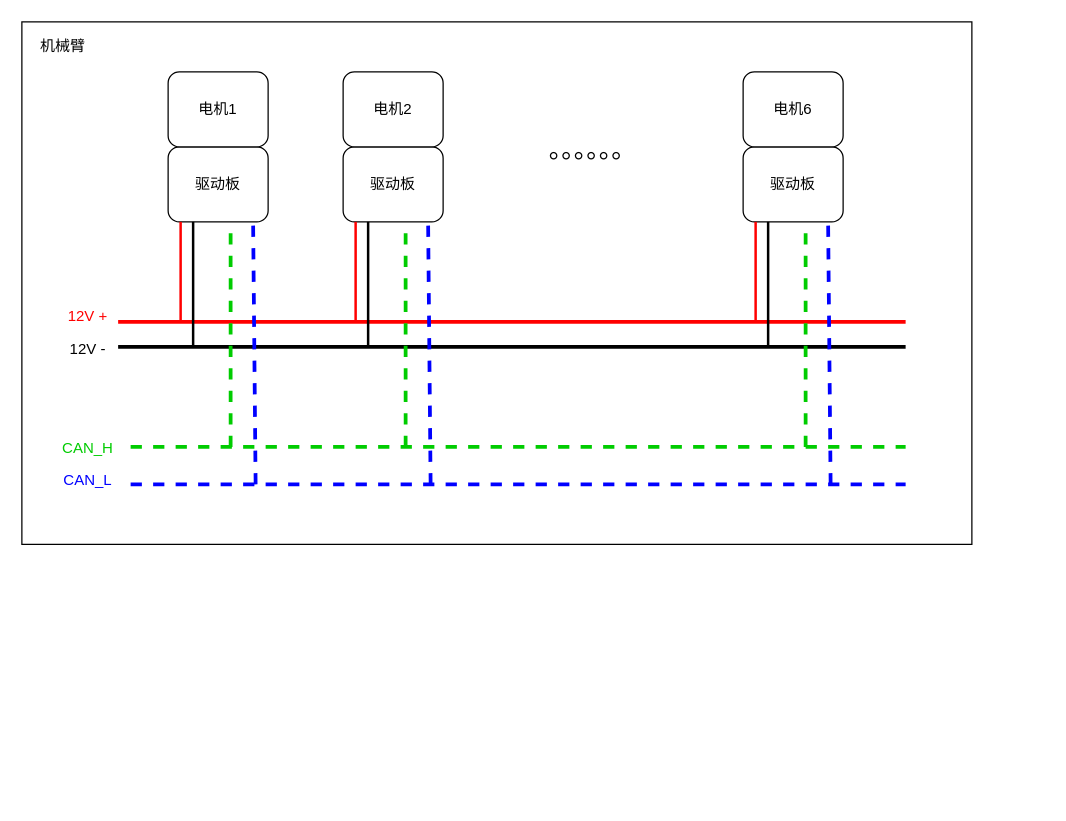
Earlier version of the draw.io diagram page "第 2 页" (2 of 2) of 未命名绘图.drawio (enpeizhao/drawio_disk). Source tidied: cells renumbered, new cells numbered last; positions are measured from the earlier drawing's top-left corner, leaving out a move shared by most shapes. Both pictures are drawn from the tidied source at 125%, with x=0, y=0 at pixel (21, 21).
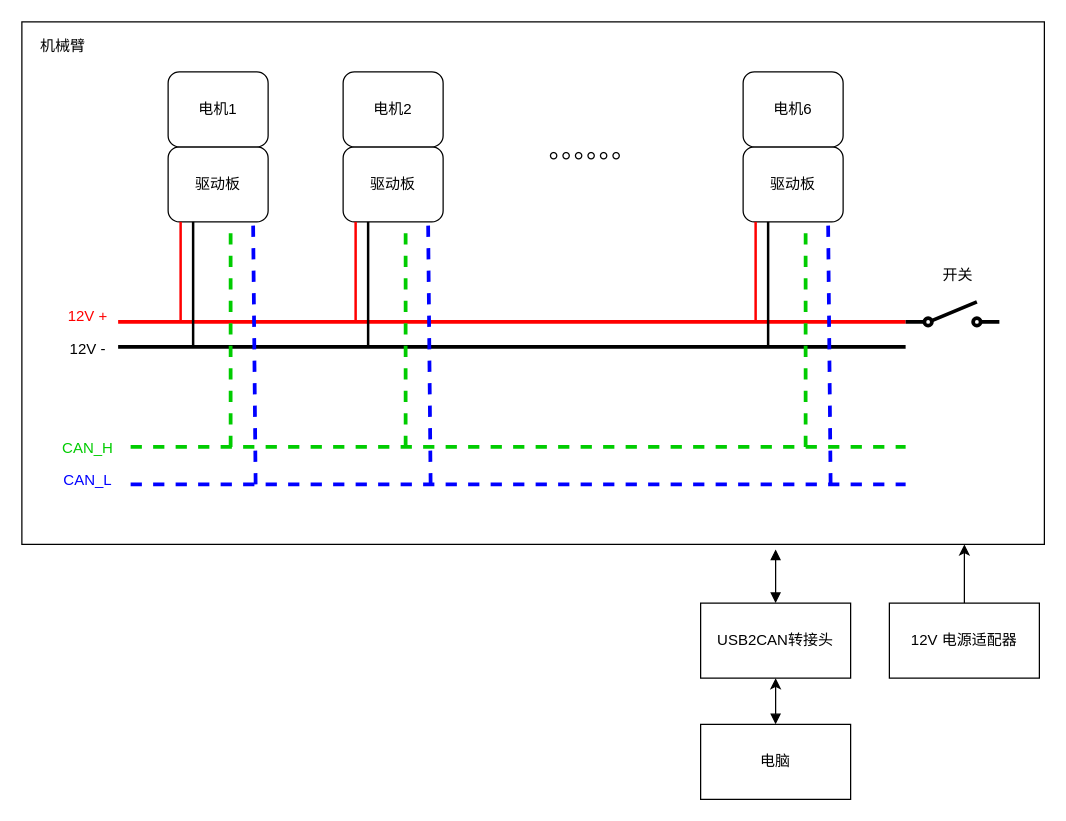
The same page after the edit.

Commit message:
更新未命名绘图.drawio

What changed in the source:
```diff
@@
+    <mxCell id="29" style="rounded=0;whiteSpace=wrap;html=1;fillColor=none;" parent="1" vertex="1">
+      <mxGeometry width="818" height="418" as="geometry" />
+    </mxCell>
@@
-    <mxCell id="29" style="rounded=0;whiteSpace=wrap;html=1;fillColor=none;" parent="1" vertex="1">
-      <mxGeometry width="760" height="418" as="geometry" />
-    </mxCell>
@@
+    <mxCell id="31" style="html=1;shape=mxgraph.electrical.electro-mechanical.singleSwitch;elSwitchState=off;strokeWidth=3;" parent="1" vertex="1">
+      <mxGeometry x="707" y="224" width="75" height="20" as="geometry" />
+    </mxCell>
+    <mxCell id="32" value="开关" style="text;html=1;align=center;verticalAlign=middle;whiteSpace=wrap;rounded=0;" parent="1" vertex="1">
+      <mxGeometry x="719" y="188" width="60" height="30" as="geometry" />
+    </mxCell>
+    <mxCell id="33" style="edgeStyle=orthogonalEdgeStyle;rounded=0;jettySize=auto;html=1;" parent="1" edge="1" source="34">
+      <mxGeometry relative="1" as="geometry">
+        <mxPoint x="754" y="418" as="targetPoint" />
+      </mxGeometry>
+    </mxCell>
+    <mxCell id="34" value="12V 电源适配器" style="rounded=0;whiteSpace=wrap;html=1;" parent="1" vertex="1">
+      <mxGeometry x="694" y="465" width="120" height="60" as="geometry" />
+    </mxCell>
+    <mxCell id="35" style="edgeStyle=orthogonalEdgeStyle;rounded=0;jettySize=auto;html=1;endArrow=block;endFill=1;startArrow=block;startFill=1;" parent="1" edge="1" source="36">
+      <mxGeometry relative="1" as="geometry">
+        <mxPoint x="603" y="422" as="targetPoint" />
+      </mxGeometry>
+    </mxCell>
+    <mxCell id="36" value="USB2CAN转接头" style="rounded=0;whiteSpace=wrap;html=1;" parent="1" vertex="1">
+      <mxGeometry x="543" y="465" width="120" height="60" as="geometry" />
+    </mxCell>
+    <mxCell id="37" style="edgeStyle=orthogonalEdgeStyle;rounded=0;jettySize=auto;html=1;startArrow=block;startFill=1;" parent="1" edge="1" source="38" target="36">
+      <mxGeometry relative="1" as="geometry" />
+    </mxCell>
+    <mxCell id="38" value="电脑" style="rounded=0;whiteSpace=wrap;html=1;" parent="1" vertex="1">
+      <mxGeometry x="543" y="562" width="120" height="60" as="geometry" />
+    </mxCell>
```
